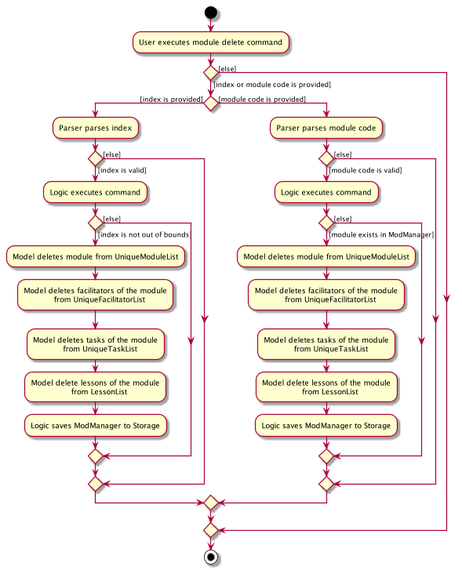
The PlantUML diagram docs/images/ModuleDeleteActivityDiagram.png in zixinn/main, before a commit. Its diagram source:
```plantuml
@startuml
start
:User executes module delete command;
if () then ([index or module code is provided])
    if () then ([index is provided])
        :Parser parses index;
        if () then ([index is valid])
            :Logic executes command;
            if () then ([index is not out of bounds])
                :Model deletes module from UniqueModuleList;
                :Model deletes facilitators of the module
                            from UniqueFacilitatorList;
                :Model deletes tasks of the module
                            from UniqueTaskList;
                :Model delete lessons of the module
                                from LessonList;
                :Logic saves ModManager to Storage;
            else ([else])
            endif
        else ([else])
        endif
    else ([module code is provided])
        :Parser parses module code;
        if () then ([module code is valid])
            :Logic executes command;
            if () then ([module exists in ModManager])
                :Model deletes module from UniqueModuleList;
                :Model deletes facilitators of the module
                            from UniqueFacilitatorList;
                :Model deletes tasks of the module
                            from UniqueTaskList;
                :Model delete lessons of the module
                                from LessonList;
                :Logic saves ModManager to Storage;
            else ([else])
            endif
        else ([else])
        endif
    endif
else ([else])
endif
stop
@enduml
```
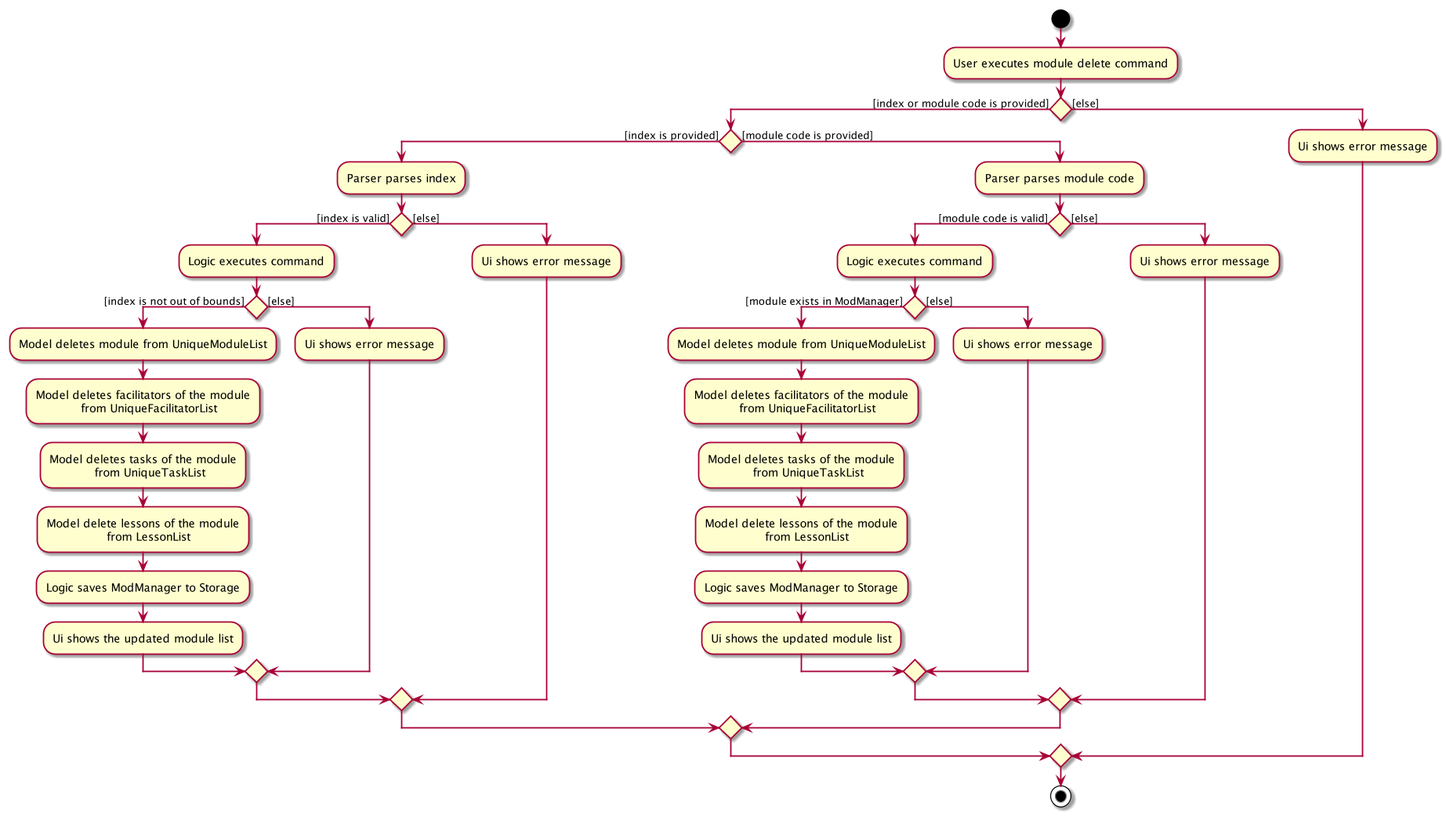
The same diagram one commit later.

What changed in the source:
```diff
@@ -15,9 +15,12 @@
                 :Model delete lessons of the module
                                 from LessonList;
                 :Logic saves ModManager to Storage;
+                :Ui shows the updated module list;
             else ([else])
+                :Ui shows error message;
             endif
         else ([else])
+            :Ui shows error message;
         endif
     else ([module code is provided])
         :Parser parses module code;
@@ -32,12 +35,16 @@
                 :Model delete lessons of the module
                                 from LessonList;
                 :Logic saves ModManager to Storage;
+                :Ui shows the updated module list;
             else ([else])
+                :Ui shows error message;
             endif
         else ([else])
+            :Ui shows error message;
         endif
     endif
 else ([else])
+    :Ui shows error message;
 endif
 stop
 @enduml
```
